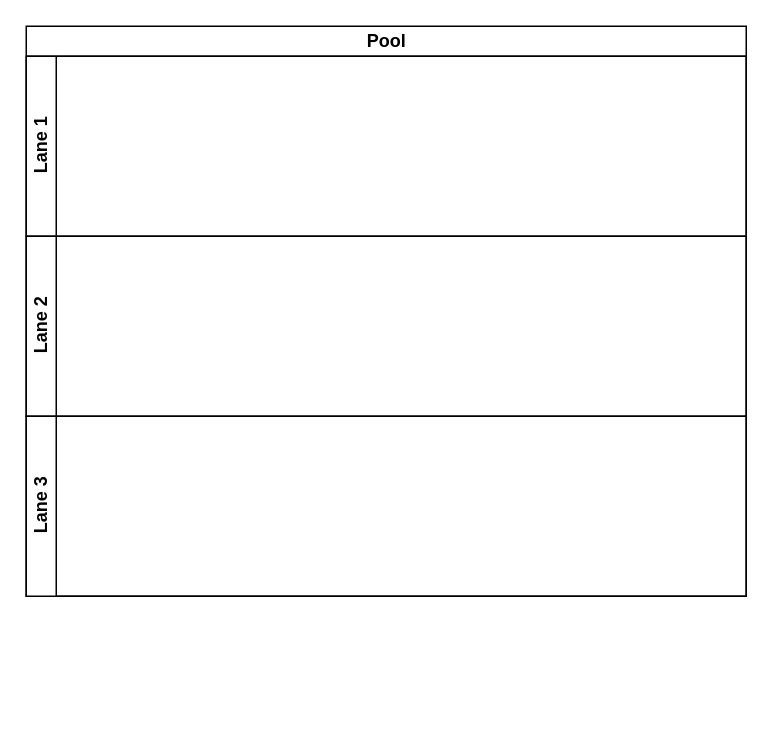
Earlier version of the draw.io diagram biz_BL issue.drawio (yi2003/diagram). Source tidied: cells renumbered, new cells numbered last; positions are measured from the earlier drawing's top-left corner, leaving out a move shared by most shapes. Both pictures are drawn from the tidied source at 150%, with x=0, y=0 at pixel (26, 26).
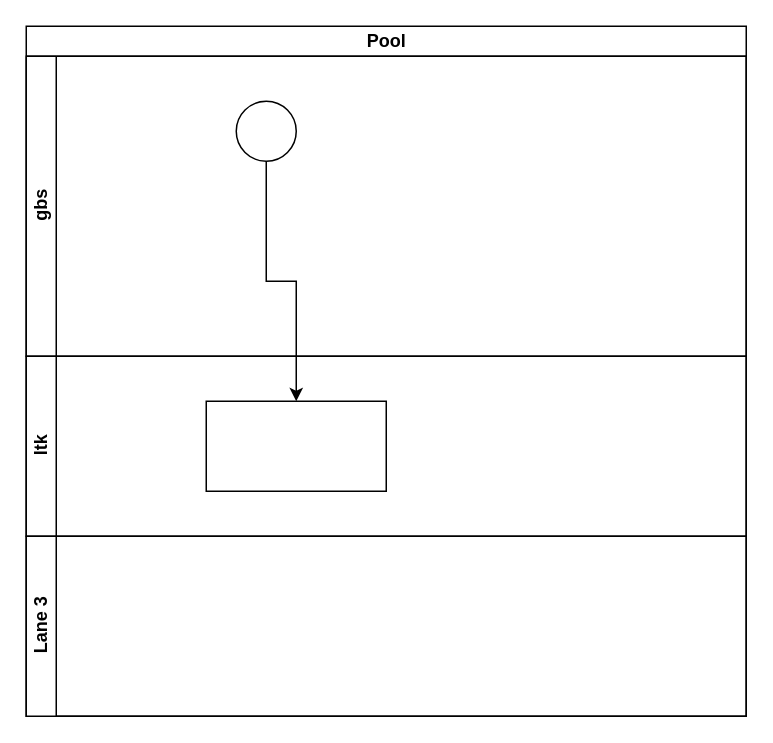
After the change.

Change to the diagram source:
```diff
@@
 <mxGraphModel>
   <root>
     <mxCell id="0" />
     <mxCell id="1" parent="0" />
     <mxCell id="2" value="Pool" style="swimlane;horizontal=1;startSize=20;html=1;" parent="1" vertex="1">
-      <mxGeometry width="480" height="380" as="geometry" />
+      <mxGeometry width="480" height="460" as="geometry" />
     </mxCell>
-    <mxCell id="3" value="Lane 1" style="swimlane;startSize=20;horizontal=0;html=1;" parent="2" vertex="1">
-      <mxGeometry y="20" width="480" height="120" as="geometry" />
+    <mxCell id="3" value="gbs" style="swimlane;startSize=20;horizontal=0;html=1;" parent="2" vertex="1">
+      <mxGeometry y="20" width="480" height="200" as="geometry" />
     </mxCell>
+    <mxCell id="6" style="ellipse;whiteSpace=wrap;html=1;" parent="3" vertex="1">
+      <mxGeometry x="140" y="30" width="40" height="40" as="geometry" />
+    </mxCell>
-    <mxCell id="4" value="Lane 2" style="swimlane;startSize=20;horizontal=0;html=1;" parent="2" vertex="1">
-      <mxGeometry y="140" width="480" height="120" as="geometry" />
+    <mxCell id="4" value="ltk" style="swimlane;startSize=20;horizontal=0;html=1;" parent="2" vertex="1">
+      <mxGeometry y="220" width="480" height="120" as="geometry" />
     </mxCell>
+    <mxCell id="7" style="whiteSpace=wrap;html=1;" parent="4" vertex="1">
+      <mxGeometry x="120" y="30" width="120" height="60" as="geometry" />
+    </mxCell>
     <mxCell id="5" value="Lane 3" style="swimlane;startSize=20;horizontal=0;html=1;" parent="2" vertex="1">
-      <mxGeometry y="260" width="480" height="120" as="geometry" />
+      <mxGeometry y="340" width="480" height="120" as="geometry" />
     </mxCell>
+    <mxCell id="8" style="edgeStyle=orthogonalEdgeStyle;rounded=0;jettySize=auto;html=1;" parent="2" edge="1" source="6" target="7">
+      <mxGeometry relative="1" as="geometry" />
+    </mxCell>
   </root>
 </mxGraphModel>
```
